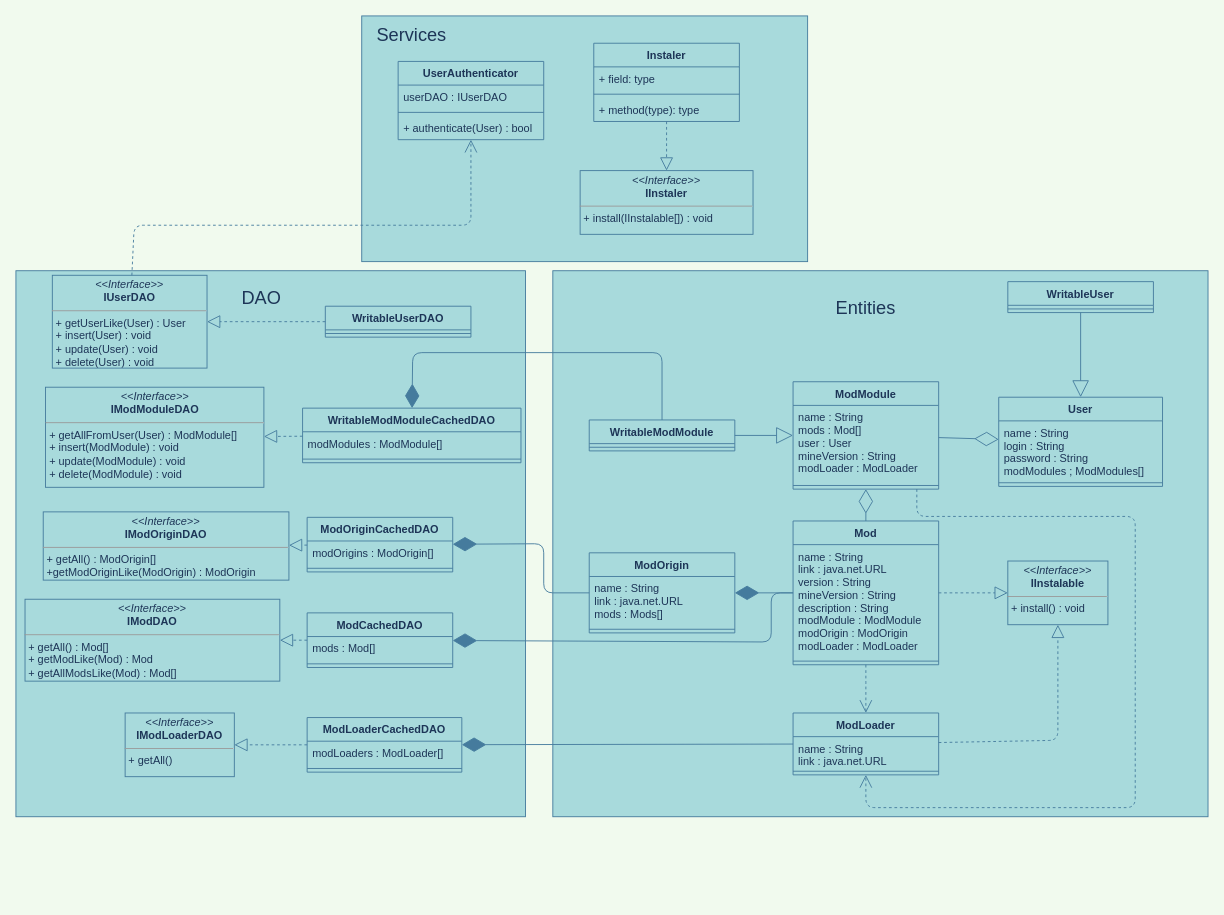
The draw.io diagram docs/diagrama_de_classe.drawio in Imenatrix/mineger, before the edit. Source tidied: cells renumbered, new cells numbered last; positions are measured from the earlier drawing's top-left corner, leaving out a move shared by most shapes. Both pictures are drawn from the tidied source at 91%, with x=0, y=0 at pixel (15, 15).
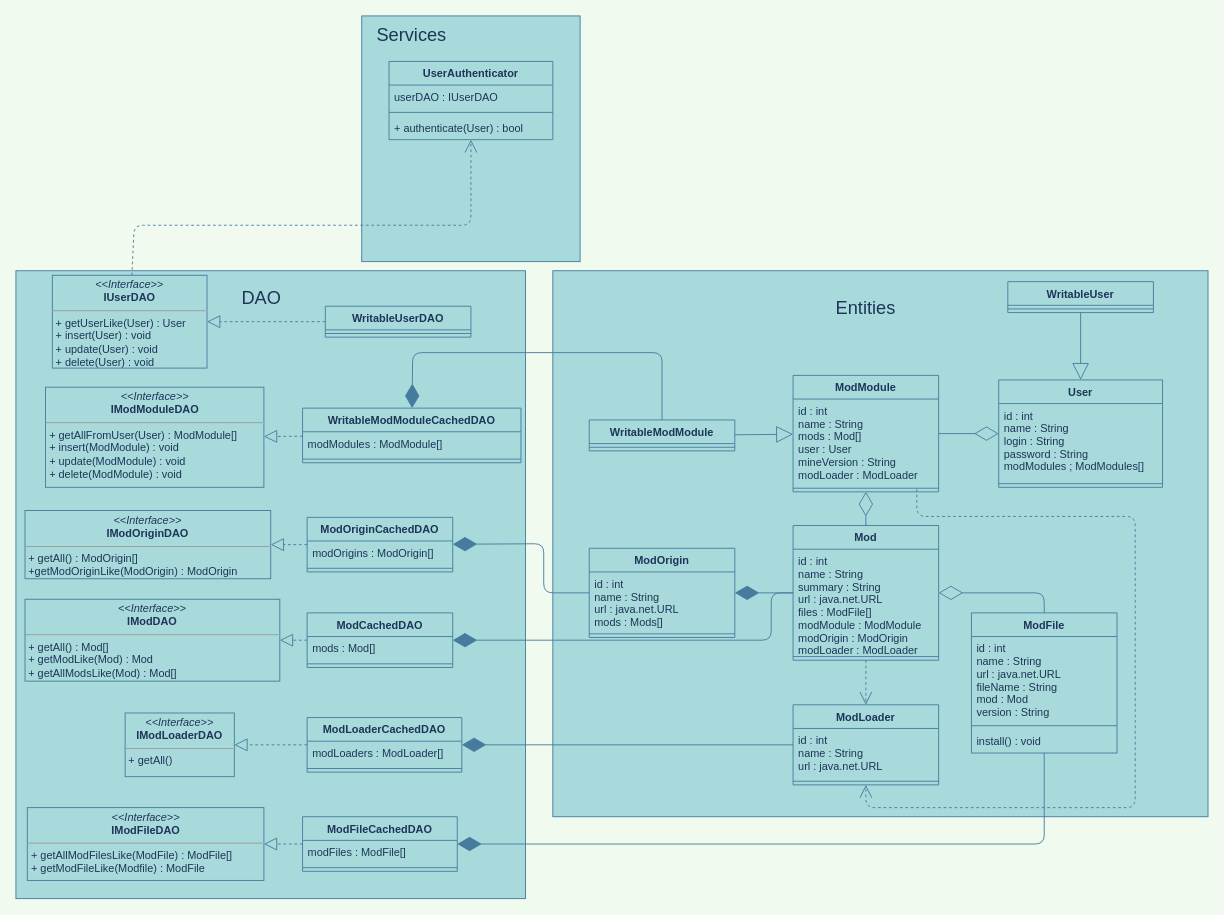
The same page after the edit.

Commit message:
Muda o diagrama de classe representar o relacional

Unchanged cells that the change refers to:
```xml
<mxCell id="17" value="ModCachedDAO" style="swimlane;fontStyle=1;align=center;verticalAlign=top;horizontal=1;startSize=26;fillColor=#A8DADC;strokeColor=#457B9D;fontColor=#1D3557;" parent="1" vertex="1">
  <mxGeometry x="320" y="656" width="160" height="60" as="geometry" />
</mxCell>
```

The edit, as a diff of the source:
```diff
@@
     <mxCell id="2" style="rounded=0;whiteSpace=wrap;html=1;sketch=0;fontSize=20;fontColor=#1D3557;strokeColor=#457B9D;fillColor=#A8DADC;" parent="1" vertex="1">
-      <mxGeometry y="280" width="560" height="600" as="geometry" />
+      <mxGeometry y="280" width="560" height="690" as="geometry" />
     </mxCell>
@@
     <mxCell id="4" style="rounded=0;whiteSpace=wrap;html=1;sketch=0;fontColor=#1D3557;strokeColor=#457B9D;fillColor=#A8DADC;" parent="1" vertex="1">
-      <mxGeometry x="380" width="490" height="270" as="geometry" />
+      <mxGeometry x="380" width="240" height="270" as="geometry" />
     </mxCell>
     <mxCell id="5" value="User" style="swimlane;fontStyle=1;align=center;verticalAlign=top;horizontal=1;startSize=26;fillColor=#A8DADC;strokeColor=#457B9D;fontColor=#1D3557;" parent="1" vertex="1">
-      <mxGeometry x="1080" y="419" width="180" height="98" as="geometry" />
+      <mxGeometry x="1080" y="400" width="180" height="118" as="geometry" />
     </mxCell>
-    <mxCell id="6" value="name : String&#10;login : String&#10;password : String&#10;modModules ; ModModules[]" style="text;strokeColor=none;fillColor=none;align=left;verticalAlign=top;spacingLeft=4;spacingRight=4;overflow=hidden;fontColor=#1D3557;" parent="5" vertex="1">
-      <mxGeometry y="26" width="180" height="64" as="geometry" />
+    <mxCell id="6" value="id : int&#10;name : String&#10;login : String&#10;password : String&#10;modModules ; ModModules[]" style="text;strokeColor=none;fillColor=none;align=left;verticalAlign=top;spacingLeft=4;spacingRight=4;overflow=hidden;fontColor=#1D3557;" parent="5" vertex="1">
+      <mxGeometry y="26" width="180" height="84" as="geometry" />
     </mxCell>
     <mxCell id="7" style="line;strokeWidth=1;fillColor=none;align=left;verticalAlign=middle;spacingTop=-1;spacingLeft=3;spacingRight=3;labelPosition=right;strokeColor=#457B9D;fontColor=#1D3557;labelBackgroundColor=#F1FAEE;" parent="5" vertex="1">
-      <mxGeometry y="90" width="180" height="8" as="geometry" />
+      <mxGeometry y="110" width="180" height="8" as="geometry" />
     </mxCell>
     <mxCell id="8" value="Mod" style="swimlane;fontStyle=1;align=center;verticalAlign=top;horizontal=1;startSize=26;fillColor=#A8DADC;strokeColor=#457B9D;fontColor=#1D3557;" parent="1" vertex="1">
-      <mxGeometry x="854" y="555" width="160" height="158" as="geometry" />
+      <mxGeometry x="854" y="560" width="160" height="148" as="geometry" />
     </mxCell>
-    <mxCell id="9" value="name : String&#10;link : java.net.URL&#10;version : String&#10;mineVersion : String&#10;description : String&#10;modModule : ModModule&#10;modOrigin : ModOrigin&#10;modLoader : ModLoader" style="text;strokeColor=none;fillColor=none;align=left;verticalAlign=top;spacingLeft=4;spacingRight=4;overflow=hidden;fontColor=#1D3557;" parent="8" vertex="1">
-      <mxGeometry y="26" width="160" height="124" as="geometry" />
+    <mxCell id="9" value="id : int&#10;name : String&#10;summary : String&#10;url : java.net.URL&#10;files : ModFile[]&#10;modModule : ModModule&#10;modOrigin : ModOrigin&#10;modLoader : ModLoader" style="text;strokeColor=none;fillColor=none;align=left;verticalAlign=top;spacingLeft=4;spacingRight=4;overflow=hidden;fontColor=#1D3557;" parent="8" vertex="1">
+      <mxGeometry y="26" width="160" height="114" as="geometry" />
     </mxCell>
     <mxCell id="10" style="line;strokeWidth=1;fillColor=none;align=left;verticalAlign=middle;spacingTop=-1;spacingLeft=3;spacingRight=3;labelPosition=right;strokeColor=#457B9D;fontColor=#1D3557;labelBackgroundColor=#F1FAEE;" parent="8" vertex="1">
-      <mxGeometry y="150" width="160" height="8" as="geometry" />
+      <mxGeometry y="140" width="160" height="8" as="geometry" />
     </mxCell>
     <mxCell id="11" value="ModModule" style="swimlane;fontStyle=1;align=center;verticalAlign=top;horizontal=1;startSize=26;fillColor=#A8DADC;strokeColor=#457B9D;fontColor=#1D3557;" parent="1" vertex="1">
-      <mxGeometry x="854" y="402" width="160" height="118" as="geometry" />
+      <mxGeometry x="854" y="395" width="160" height="128" as="geometry" />
     </mxCell>
-    <mxCell id="12" value="name : String&#10;mods : Mod[]&#10;user : User&#10;mineVersion : String&#10;modLoader : ModLoader" style="text;strokeColor=none;fillColor=none;align=left;verticalAlign=top;spacingLeft=4;spacingRight=4;overflow=hidden;fontColor=#1D3557;" parent="11" vertex="1">
-      <mxGeometry y="26" width="160" height="84" as="geometry" />
+    <mxCell id="12" value="id : int&#10;name : String&#10;mods : Mod[]&#10;user : User&#10;mineVersion : String&#10;modLoader : ModLoader" style="text;strokeColor=none;fillColor=none;align=left;verticalAlign=top;spacingLeft=4;spacingRight=4;overflow=hidden;fontColor=#1D3557;" parent="11" vertex="1">
+      <mxGeometry y="26" width="160" height="94" as="geometry" />
     </mxCell>
     <mxCell id="13" style="line;strokeWidth=1;fillColor=none;align=left;verticalAlign=middle;spacingTop=-1;spacingLeft=3;spacingRight=3;labelPosition=right;strokeColor=#457B9D;fontColor=#1D3557;labelBackgroundColor=#F1FAEE;" parent="11" vertex="1">
-      <mxGeometry y="110" width="160" height="8" as="geometry" />
+      <mxGeometry y="120" width="160" height="8" as="geometry" />
     </mxCell>
@@
     <mxCell id="27" value="&lt;p style=&quot;margin: 0px ; margin-top: 4px ; text-align: center&quot;&gt;&lt;i&gt;&amp;lt;&amp;lt;Interface&amp;gt;&amp;gt;&lt;/i&gt;&lt;br&gt;&lt;b&gt;IModOriginDAO&lt;/b&gt;&lt;/p&gt;&lt;hr size=&quot;1&quot;&gt;&lt;p style=&quot;margin: 0px ; margin-left: 4px&quot;&gt;+ getAll() : ModOrigin[]&lt;/p&gt;&lt;p style=&quot;margin: 0px ; margin-left: 4px&quot;&gt;+getModOriginLike(ModOrigin) : ModOrigin&lt;/p&gt;" style="verticalAlign=top;align=left;overflow=fill;fontSize=12;fontFamily=Helvetica;html=1;fillColor=#A8DADC;strokeColor=#457B9D;fontColor=#1D3557;" parent="1" vertex="1">
-      <mxGeometry x="30" y="545" width="270" height="75" as="geometry" />
+      <mxGeometry x="10" y="543.5" width="270" height="75" as="geometry" />
     </mxCell>
@@
     <mxCell id="30" value="ModLoader" style="swimlane;fontStyle=1;align=center;verticalAlign=top;horizontal=1;startSize=26;fillColor=#A8DADC;strokeColor=#457B9D;fontColor=#1D3557;" parent="1" vertex="1">
-      <mxGeometry x="854" y="766" width="160" height="68" as="geometry" />
+      <mxGeometry x="854" y="757" width="160" height="88" as="geometry" />
     </mxCell>
-    <mxCell id="31" value="name : String&#10;link : java.net.URL" style="text;strokeColor=none;fillColor=none;align=left;verticalAlign=top;spacingLeft=4;spacingRight=4;overflow=hidden;fontColor=#1D3557;" parent="30" vertex="1">
-      <mxGeometry y="26" width="160" height="34" as="geometry" />
+    <mxCell id="31" value="id : int&#10;name : String&#10;url : java.net.URL" style="text;strokeColor=none;fillColor=none;align=left;verticalAlign=top;spacingLeft=4;spacingRight=4;overflow=hidden;fontColor=#1D3557;" parent="30" vertex="1">
+      <mxGeometry y="26" width="160" height="54" as="geometry" />
     </mxCell>
     <mxCell id="32" style="line;strokeWidth=1;fillColor=none;align=left;verticalAlign=middle;spacingTop=-1;spacingLeft=3;spacingRight=3;labelPosition=right;strokeColor=#457B9D;fontColor=#1D3557;labelBackgroundColor=#F1FAEE;" parent="30" vertex="1">
-      <mxGeometry y="60" width="160" height="8" as="geometry" />
+      <mxGeometry y="80" width="160" height="8" as="geometry" />
     </mxCell>
-    <mxCell id="33" style="endArrow=block;dashed=1;endFill=0;endSize=12;html=1;fontColor=#1D3557;strokeColor=#457B9D;fillColor=#A8DADC;labelBackgroundColor=#F1FAEE;" parent="1" edge="1" source="8" target="36">
-      <mxGeometry relative="1" as="geometry" />
-    </mxCell>
-    <mxCell id="34" style="endArrow=block;dashed=1;endFill=0;endSize=12;html=1;fontColor=#1D3557;strokeColor=#457B9D;fillColor=#A8DADC;labelBackgroundColor=#F1FAEE;" parent="1" edge="1" source="30" target="36">
-      <mxGeometry relative="1" as="geometry">
-        <Array as="points">
-          <mxPoint x="1145" y="796" />
-        </Array>
-      </mxGeometry>
-    </mxCell>
@@
-    <mxCell id="36" value="&lt;p style=&quot;margin: 0px ; margin-top: 4px ; text-align: center&quot;&gt;&lt;i&gt;&amp;lt;&amp;lt;Interface&amp;gt;&amp;gt;&lt;/i&gt;&lt;br&gt;&lt;b&gt;IInstalable&lt;/b&gt;&lt;/p&gt;&lt;hr size=&quot;1&quot;&gt;&lt;p style=&quot;margin: 0px ; margin-left: 4px&quot;&gt;&lt;/p&gt;&lt;p style=&quot;margin: 0px ; margin-left: 4px&quot;&gt;+ install() : void&lt;/p&gt;" style="verticalAlign=top;align=left;overflow=fill;fontSize=12;fontFamily=Helvetica;html=1;fillColor=#A8DADC;strokeColor=#457B9D;fontColor=#1D3557;" parent="1" vertex="1">
-      <mxGeometry x="1090" y="599" width="110" height="70" as="geometry" />
-    </mxCell>
@@
     <mxCell id="50" value="UserAuthenticator" style="swimlane;fontStyle=1;align=center;verticalAlign=top;horizontal=1;startSize=26;rounded=0;sketch=0;fontColor=#1D3557;strokeColor=#457B9D;fillColor=#A8DADC;" parent="1" vertex="1">
-      <mxGeometry x="420" y="50" width="160" height="86" as="geometry" />
+      <mxGeometry x="410" y="50" width="180" height="86" as="geometry" />
     </mxCell>
     <mxCell id="51" value="userDAO : IUserDAO" style="text;strokeColor=none;fillColor=none;align=left;verticalAlign=top;spacingLeft=4;spacingRight=4;overflow=hidden;fontColor=#1D3557;" parent="50" vertex="1">
-      <mxGeometry y="26" width="160" height="26" as="geometry" />
+      <mxGeometry y="26" width="180" height="26" as="geometry" />
     </mxCell>
     <mxCell id="52" style="line;strokeWidth=1;fillColor=none;align=left;verticalAlign=middle;spacingTop=-1;spacingLeft=3;spacingRight=3;labelPosition=right;strokeColor=#457B9D;fontColor=#1D3557;labelBackgroundColor=#F1FAEE;" parent="50" vertex="1">
-      <mxGeometry y="52" width="160" height="8" as="geometry" />
+      <mxGeometry y="52" width="180" height="8" as="geometry" />
     </mxCell>
     <mxCell id="53" value="+ authenticate(User) : bool" style="text;strokeColor=none;fillColor=none;align=left;verticalAlign=top;spacingLeft=4;spacingRight=4;overflow=hidden;fontColor=#1D3557;" parent="50" vertex="1">
-      <mxGeometry y="60" width="160" height="26" as="geometry" />
+      <mxGeometry y="60" width="180" height="26" as="geometry" />
     </mxCell>
-    <mxCell id="54" value="&lt;p style=&quot;margin: 0px ; margin-top: 4px ; text-align: center&quot;&gt;&lt;i&gt;&amp;lt;&amp;lt;Interface&amp;gt;&amp;gt;&lt;/i&gt;&lt;br&gt;&lt;b&gt;IInstaler&lt;/b&gt;&lt;/p&gt;&lt;hr size=&quot;1&quot;&gt;&lt;p style=&quot;margin: 0px ; margin-left: 4px&quot;&gt;&lt;/p&gt;&lt;p style=&quot;margin: 0px ; margin-left: 4px&quot;&gt;+ install(IInstalable[]) : void&lt;/p&gt;" style="verticalAlign=top;align=left;overflow=fill;fontSize=12;fontFamily=Helvetica;html=1;rounded=0;sketch=0;fontColor=#1D3557;strokeColor=#457B9D;fillColor=#A8DADC;" parent="1" vertex="1">
-      <mxGeometry x="620" y="170" width="190" height="70" as="geometry" />
-    </mxCell>
-    <mxCell id="55" value="Instaler" style="swimlane;fontStyle=1;align=center;verticalAlign=top;horizontal=1;startSize=26;rounded=0;sketch=0;fontColor=#1D3557;strokeColor=#457B9D;fillColor=#A8DADC;" parent="1" vertex="1">
-      <mxGeometry x="635" y="30" width="160" height="86" as="geometry" />
-    </mxCell>
-    <mxCell id="56" value="+ field: type" style="text;strokeColor=none;fillColor=none;align=left;verticalAlign=top;spacingLeft=4;spacingRight=4;overflow=hidden;fontColor=#1D3557;" parent="55" vertex="1">
-      <mxGeometry y="26" width="160" height="26" as="geometry" />
-    </mxCell>
-    <mxCell id="57" style="line;strokeWidth=1;fillColor=none;align=left;verticalAlign=middle;spacingTop=-1;spacingLeft=3;spacingRight=3;labelPosition=right;strokeColor=#457B9D;fontColor=#1D3557;labelBackgroundColor=#F1FAEE;" parent="55" vertex="1">
-      <mxGeometry y="52" width="160" height="8" as="geometry" />
-    </mxCell>
-    <mxCell id="58" value="+ method(type): type" style="text;strokeColor=none;fillColor=none;align=left;verticalAlign=top;spacingLeft=4;spacingRight=4;overflow=hidden;fontColor=#1D3557;" parent="55" vertex="1">
-      <mxGeometry y="60" width="160" height="26" as="geometry" />
-    </mxCell>
-    <mxCell id="59" style="endArrow=block;dashed=1;endFill=0;endSize=12;html=1;fontColor=#1D3557;strokeColor=#457B9D;fillColor=#A8DADC;labelBackgroundColor=#F1FAEE;" parent="1" edge="1" source="55" target="54">
-      <mxGeometry relative="1" as="geometry" />
-    </mxCell>
@@
     <mxCell id="62" value="ModOrigin" style="swimlane;fontStyle=1;align=center;verticalAlign=top;horizontal=1;startSize=26;rounded=0;sketch=0;fontColor=#1D3557;strokeColor=#457B9D;fillColor=#A8DADC;" parent="1" vertex="1">
-      <mxGeometry x="630" y="590" width="160" height="88" as="geometry" />
+      <mxGeometry x="630" y="585" width="160" height="98" as="geometry" />
     </mxCell>
-    <mxCell id="63" value="name : String&#10;link : java.net.URL&#10;mods : Mods[]" style="text;strokeColor=none;fillColor=none;align=left;verticalAlign=top;spacingLeft=4;spacingRight=4;overflow=hidden;fontColor=#1D3557;" parent="62" vertex="1">
-      <mxGeometry y="26" width="160" height="54" as="geometry" />
+    <mxCell id="63" value="id : int&#10;name : String&#10;url : java.net.URL&#10;mods : Mods[]" style="text;strokeColor=none;fillColor=none;align=left;verticalAlign=top;spacingLeft=4;spacingRight=4;overflow=hidden;fontColor=#1D3557;" parent="62" vertex="1">
+      <mxGeometry y="26" width="160" height="64" as="geometry" />
     </mxCell>
     <mxCell id="64" style="line;strokeWidth=1;fillColor=none;align=left;verticalAlign=middle;spacingTop=-1;spacingLeft=3;spacingRight=3;labelPosition=right;strokeColor=#457B9D;fontColor=#1D3557;labelBackgroundColor=#F1FAEE;" parent="62" vertex="1">
-      <mxGeometry y="80" width="160" height="8" as="geometry" />
+      <mxGeometry y="90" width="160" height="8" as="geometry" />
     </mxCell>
@@
     <mxCell id="74" style="endArrow=diamondThin;endFill=1;endSize=24;html=1;fontSize=20;fontColor=#1D3557;strokeColor=#457B9D;fillColor=#A8DADC;labelBackgroundColor=#F1FAEE;" parent="1" edge="1" source="8" target="17">
       <mxGeometry relative="1" as="geometry">
         <Array as="points">
           <mxPoint x="830" y="634" />
-          <mxPoint x="830" y="688" />
+          <mxPoint x="830" y="686" />
         </Array>
       </mxGeometry>
     </mxCell>
-    <mxCell id="75" style="endArrow=open;endSize=12;dashed=1;html=1;labelBackgroundColor=#F1FAEE;strokeColor=#457B9D;fontColor=#1D3557;" parent="1" edge="1" target="30">
+    <mxCell id="75" style="endArrow=open;endSize=12;dashed=1;html=1;strokeColor=#457B9D;fontColor=#1D3557;labelBackgroundColor=#F1FAEE;" parent="1" edge="1" target="30">
       <mxGeometry relative="1" as="geometry">
         <mxPoint x="990" y="520" as="sourcePoint" />
         <Array as="points">
           <mxPoint x="990" y="550" />
           <mxPoint x="1230" y="550" />
           <mxPoint x="1230" y="870" />
           <mxPoint x="934" y="870" />
         </Array>
       </mxGeometry>
     </mxCell>
+    <mxCell id="76" value="ModFile" style="swimlane;fontStyle=1;align=center;verticalAlign=top;horizontal=1;startSize=26;fillColor=#A8DADC;strokeColor=#457B9D;fontColor=#1D3557;" parent="1" vertex="1">
+      <mxGeometry x="1050" y="656" width="160" height="154" as="geometry" />
+    </mxCell>
+    <mxCell id="77" value="id : int&#10;name : String&#10;url : java.net.URL&#10;fileName : String&#10;mod : Mod&#10;version : String" style="text;strokeColor=none;fillColor=none;align=left;verticalAlign=top;spacingLeft=4;spacingRight=4;overflow=hidden;fontColor=#1D3557;" parent="76" vertex="1">
+      <mxGeometry y="26" width="160" height="94" as="geometry" />
+    </mxCell>
+    <mxCell id="78" style="line;strokeWidth=1;fillColor=none;align=left;verticalAlign=middle;spacingTop=-1;spacingLeft=3;spacingRight=3;labelPosition=right;labelBackgroundColor=#F1FAEE;strokeColor=#457B9D;fontColor=#1D3557;" parent="76" vertex="1">
+      <mxGeometry y="120" width="160" height="8" as="geometry" />
+    </mxCell>
+    <mxCell id="79" value="install() : void" style="text;strokeColor=none;fillColor=none;align=left;verticalAlign=top;spacingLeft=4;spacingRight=4;overflow=hidden;fontColor=#1D3557;" parent="76" vertex="1">
+      <mxGeometry y="128" width="160" height="26" as="geometry" />
+    </mxCell>
+    <mxCell id="80" value="&lt;p style=&quot;margin: 0px ; margin-top: 4px ; text-align: center&quot;&gt;&lt;i&gt;&amp;lt;&amp;lt;Interface&amp;gt;&amp;gt;&lt;/i&gt;&lt;br&gt;&lt;b&gt;IModFileDAO&lt;/b&gt;&lt;/p&gt;&lt;hr size=&quot;1&quot;&gt;&lt;p style=&quot;margin: 0px ; margin-left: 4px&quot;&gt;+ getAllModFilesLike(ModFile) : ModFile[]&lt;br&gt;&lt;/p&gt;&lt;p style=&quot;margin: 0px ; margin-left: 4px&quot;&gt;+ getModFileLike(Modfile) : ModFile&lt;/p&gt;" style="verticalAlign=top;align=left;overflow=fill;fontSize=12;fontFamily=Helvetica;html=1;rounded=0;sketch=0;fontColor=#1D3557;strokeColor=#457B9D;fillColor=#A8DADC;" parent="1" vertex="1">
+      <mxGeometry x="12.5" y="870" width="260" height="80" as="geometry" />
+    </mxCell>
+    <mxCell id="81" value="ModFileCachedDAO" style="swimlane;fontStyle=1;align=center;verticalAlign=top;horizontal=1;startSize=26;rounded=0;sketch=0;fontColor=#1D3557;strokeColor=#457B9D;fillColor=#A8DADC;" parent="1" vertex="1">
+      <mxGeometry x="315" y="880" width="170" height="60" as="geometry" />
+    </mxCell>
+    <mxCell id="82" value="modFiles : ModFile[]" style="text;strokeColor=none;fillColor=none;align=left;verticalAlign=top;spacingLeft=4;spacingRight=4;overflow=hidden;fontColor=#1D3557;" parent="81" vertex="1">
+      <mxGeometry y="26" width="170" height="26" as="geometry" />
+    </mxCell>
+    <mxCell id="83" style="line;strokeWidth=1;fillColor=none;align=left;verticalAlign=middle;spacingTop=-1;spacingLeft=3;spacingRight=3;labelPosition=right;strokeColor=#457B9D;fontColor=#1D3557;labelBackgroundColor=#F1FAEE;" parent="81" vertex="1">
+      <mxGeometry y="52" width="170" height="8" as="geometry" />
+    </mxCell>
+    <mxCell id="84" style="endArrow=block;dashed=1;endFill=0;endSize=12;html=1;fontColor=#1D3557;strokeColor=#457B9D;fillColor=#A8DADC;" parent="1" edge="1" source="81" target="80">
+      <mxGeometry relative="1" as="geometry" />
+    </mxCell>
+    <mxCell id="85" style="endArrow=diamondThin;endFill=1;endSize=24;html=1;fontColor=#1D3557;strokeColor=#457B9D;fillColor=#A8DADC;" parent="1" edge="1" source="76" target="81">
+      <mxGeometry relative="1" as="geometry">
+        <Array as="points">
+          <mxPoint x="1130" y="910" />
+        </Array>
+      </mxGeometry>
+    </mxCell>
+    <mxCell id="86" style="endArrow=diamondThin;endFill=0;endSize=24;html=1;fontColor=#1D3557;strokeColor=#457B9D;fillColor=#A8DADC;" parent="1" edge="1" source="76" target="8">
+      <mxGeometry relative="1" as="geometry">
+        <Array as="points">
+          <mxPoint x="1130" y="634" />
+        </Array>
+      </mxGeometry>
+    </mxCell>
```
